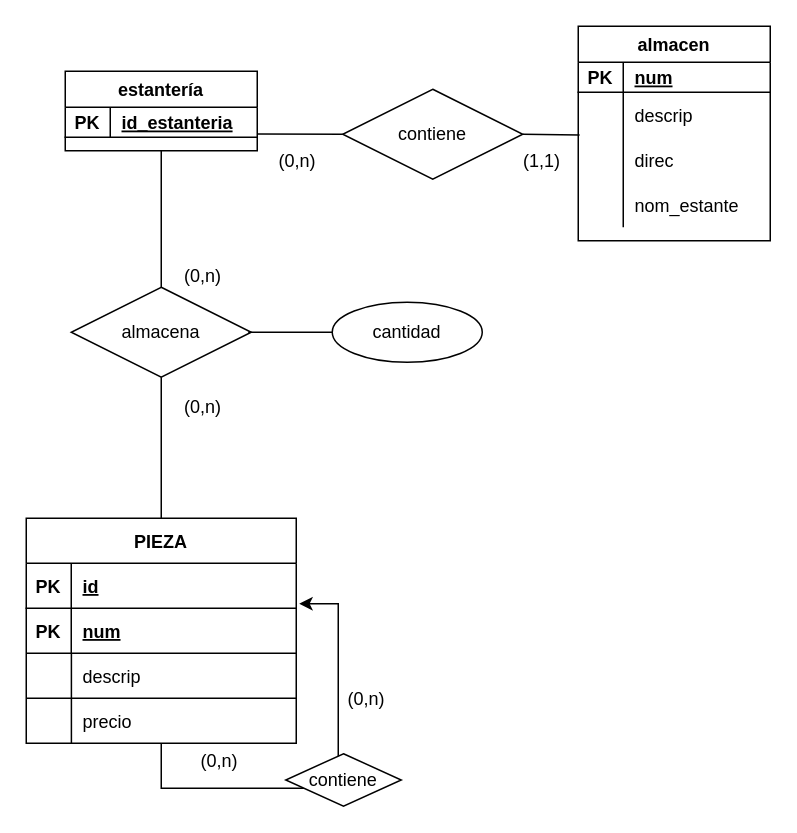
Before: Ex5.drawio in JuanMarinG/TA12_MYSQL, a draw.io diagram. Source tidied: cells renumbered, new cells numbered last; positions are measured from the earlier drawing's top-left corner, leaving out a move shared by most shapes. Both pictures are drawn from the tidied source at 150%, with x=0, y=0 at pixel (26, 26).
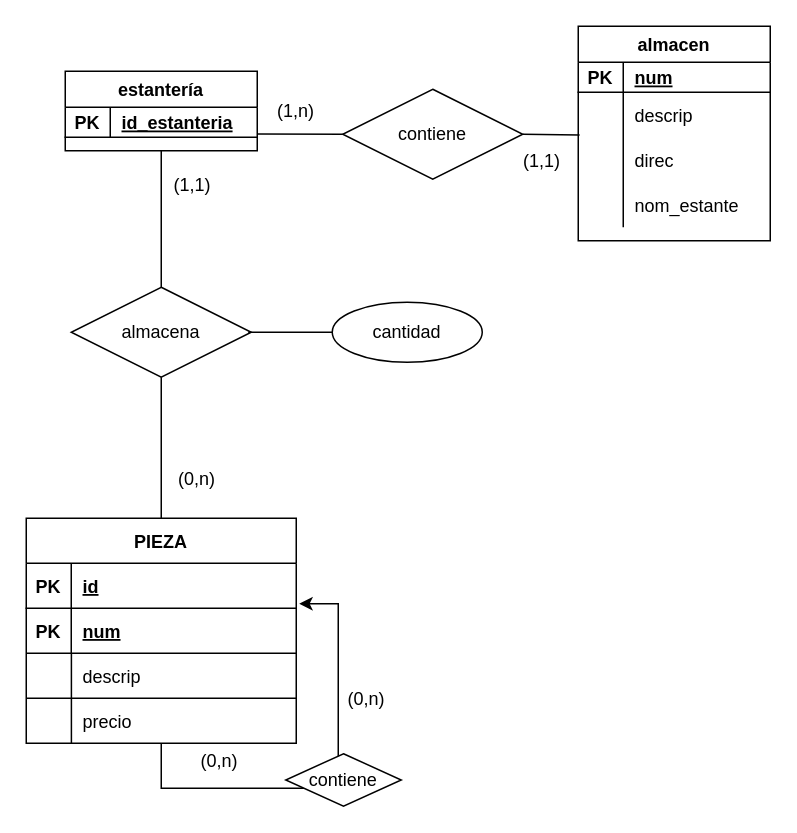
After the change.

Commit message:
cardinalidades pieza estante/estante almacen

Change to the diagram source:
```diff
@@
     <mxCell id="34" value="(0,n)" style="text;html=1;strokeColor=none;fillColor=none;align=center;verticalAlign=middle;whiteSpace=wrap;rounded=0;" parent="1" vertex="1">
-      <mxGeometry x="88" y="239" width="60" height="30" as="geometry" />
+      <mxGeometry x="84" y="287" width="60" height="30" as="geometry" />
     </mxCell>
-    <mxCell id="35" value="(0,n)" style="text;html=1;strokeColor=none;fillColor=none;align=center;verticalAlign=middle;whiteSpace=wrap;rounded=0;" parent="1" vertex="1">
-      <mxGeometry x="88" y="152" width="60" height="30" as="geometry" />
+    <mxCell id="35" value="(1,1)" style="text;html=1;strokeColor=none;fillColor=none;align=center;verticalAlign=middle;whiteSpace=wrap;rounded=0;" parent="1" vertex="1">
+      <mxGeometry x="81" y="91" width="60" height="30" as="geometry" />
     </mxCell>
@@
-    <mxCell id="41" value="(0,n)" style="text;html=1;strokeColor=none;fillColor=none;align=center;verticalAlign=middle;whiteSpace=wrap;rounded=0;" parent="1" vertex="1">
-      <mxGeometry x="151" y="75" width="60" height="30" as="geometry" />
+    <mxCell id="41" value="(1,n)" style="text;html=1;strokeColor=none;fillColor=none;align=center;verticalAlign=middle;whiteSpace=wrap;rounded=0;" parent="1" vertex="1">
+      <mxGeometry x="150" y="41.5" width="60" height="30" as="geometry" />
     </mxCell>
```
